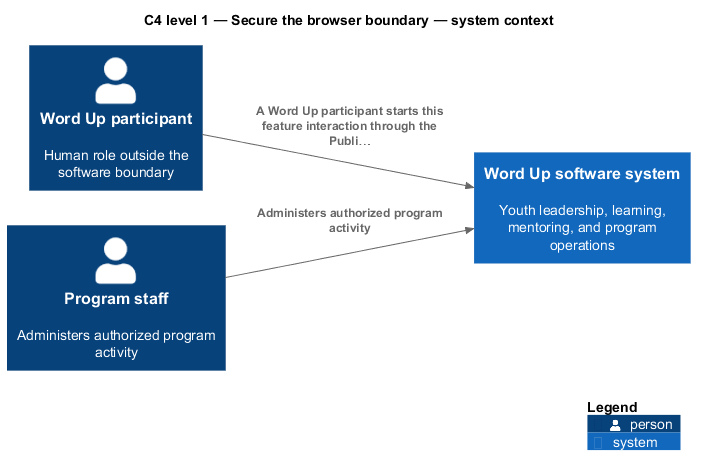
This is docs/detailed-designs/non-functional/secure-browser-boundary/diagrams/c4-system-context.png from QuinntyneBrown/waypoint, a PlantUML export, as it was before one commit.
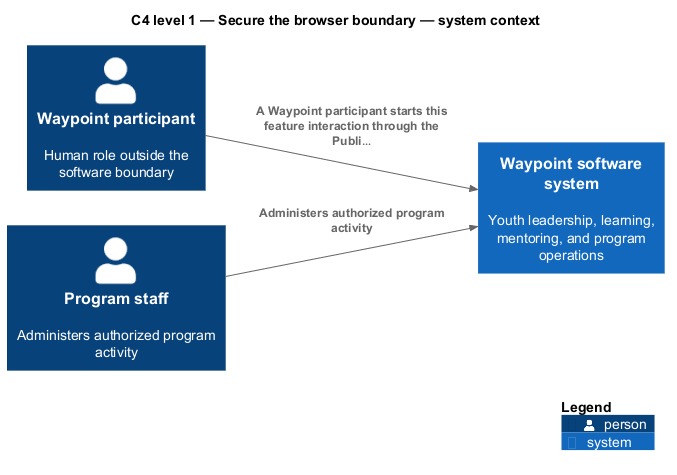
Later version of the same file.

Diff of the diagram source:
```diff
@@ -2,12 +2,12 @@
 !include <C4/C4_Component>
 LAYOUT_LEFT_RIGHT()
 title C4 level 1 — Secure the browser boundary — system context
-Person(primary, "Word Up participant", "Human role outside the software boundary")
+Person(primary, "Waypoint participant", "Human role outside the software boundary")
 Person(staff, "Program staff", "Administers authorized program activity")
-System(wordup, "Word Up software system", "Youth leadership, learning, mentoring, and program operations")
+System(waypoint, "Waypoint software system", "Youth leadership, learning, mentoring, and program operations")
 
-Rel(primary, wordup, "A Word Up participant starts this feature interaction through the Publi…")
-Rel(staff, wordup, "Administers authorized program activity")
+Rel(primary, waypoint, "A Waypoint participant starts this feature interaction through the Publi…")
+Rel(staff, waypoint, "Administers authorized program activity")
 
 SHOW_LEGEND()
 @enduml
```
